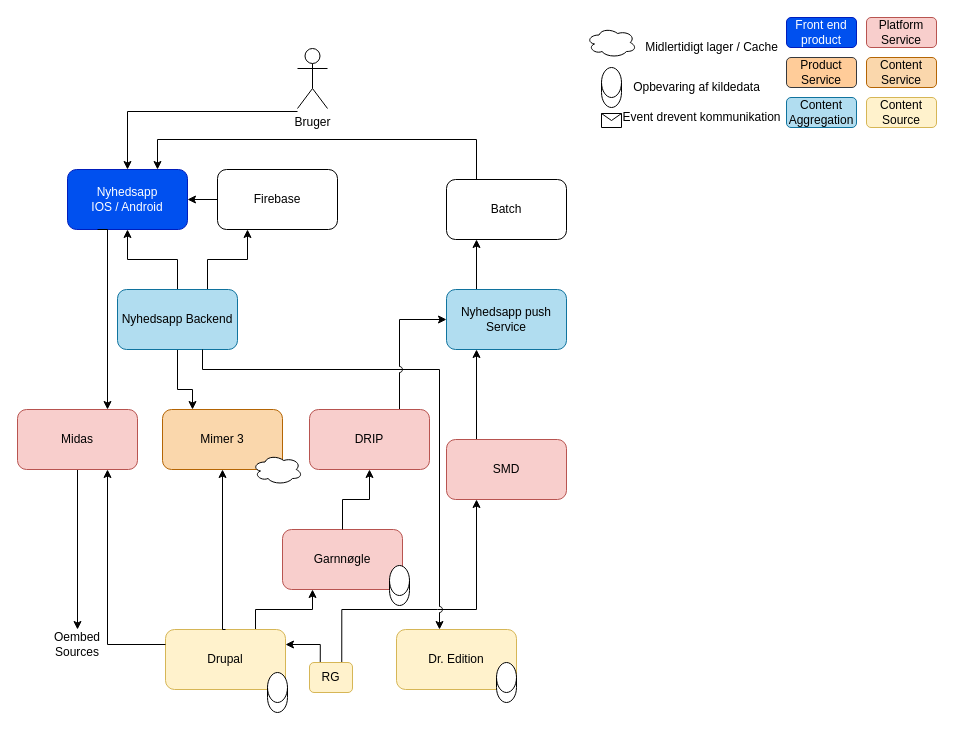
Before: page "Kun gammel kæde" (2 of 2) of draw-io/Mimer3-Nyhedsapp.drawio in drdkjtop/arkitektur, a draw.io diagram. Source tidied: cells renumbered, new cells numbered last; positions are measured from the earlier drawing's top-left corner, leaving out a move shared by most shapes. Both pictures are drawn from the tidied source at 100%, with x=0, y=0 at pixel (17, 17).
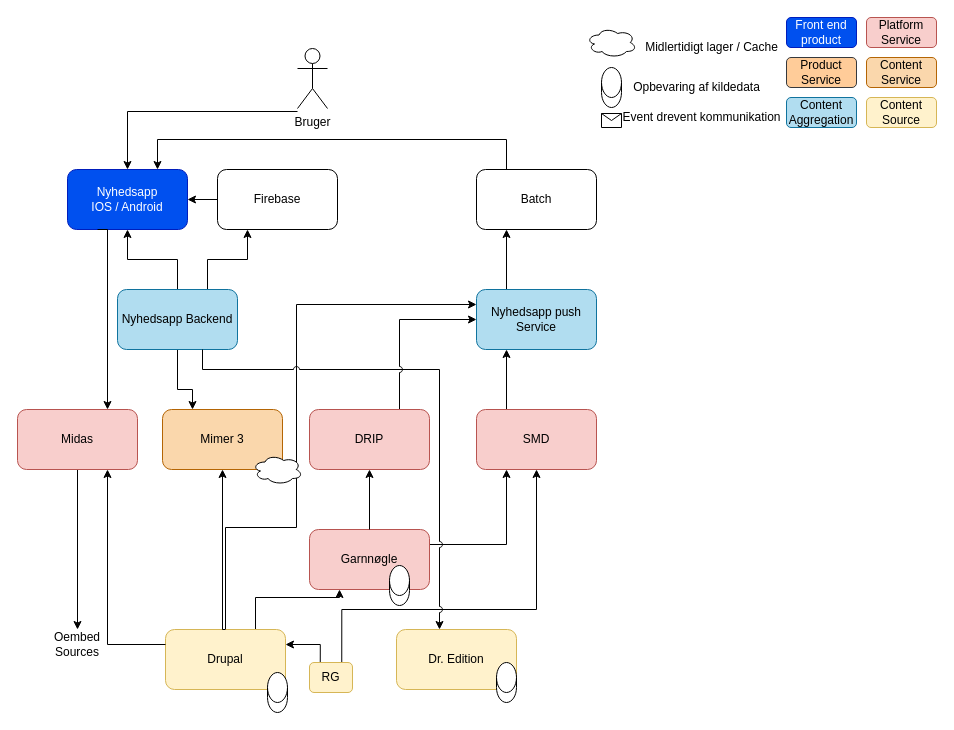
The same diagram, later.

Unchanged cells that the change refers to:
```xml
<mxCell id="3" value="Drupal" style="rounded=1;whiteSpace=wrap;html=1;fillColor=#fff2cc;strokeColor=#d6b656;fontColor=default;" parent="1" vertex="1">
  <mxGeometry x="148" y="612" width="120" height="60" as="geometry" />
</mxCell>
<mxCell id="15" value="Nyhedsapp&lt;br&gt;IOS / Android" style="rounded=1;whiteSpace=wrap;html=1;fillColor=#0050ef;strokeColor=#001DBC;fontColor=#ffffff;" parent="1" vertex="1">
  <mxGeometry x="50" y="152" width="120" height="60" as="geometry" />
</mxCell>
<mxCell id="25" value="RG" style="rounded=1;whiteSpace=wrap;html=1;fillColor=#fff2cc;strokeColor=#d6b656;" parent="1" vertex="1">
  <mxGeometry x="292" y="645" width="43" height="30" as="geometry" />
</mxCell>
```

Diff of the diagram source:
```diff
@@
     <mxCell id="2" style="edgeStyle=orthogonalEdgeStyle;rounded=0;jettySize=auto;html=1;exitX=0.75;exitY=0;exitDx=0;exitDy=0;entryX=0.25;entryY=1;entryDx=0;entryDy=0;" parent="1" edge="1" source="3" target="18">
-      <mxGeometry relative="1" as="geometry" />
+      <mxGeometry relative="1" as="geometry">
+        <Array as="points">
+          <mxPoint x="238" y="580" />
+          <mxPoint x="322" y="580" />
+        </Array>
+      </mxGeometry>
     </mxCell>
+    <mxCell id="51" style="edgeStyle=orthogonalEdgeStyle;rounded=0;jettySize=auto;html=1;exitX=0.5;exitY=0;exitDx=0;exitDy=0;entryX=0;entryY=0.25;entryDx=0;entryDy=0;" parent="1" edge="1" source="3" target="29">
+      <mxGeometry relative="1" as="geometry">
+        <Array as="points">
+          <mxPoint x="208" y="510" />
+          <mxPoint x="279" y="510" />
+          <mxPoint x="279" y="287" />
+        </Array>
+      </mxGeometry>
+    </mxCell>
@@
-    <mxCell id="8" style="edgeStyle=orthogonalEdgeStyle;rounded=0;jettySize=auto;html=1;exitX=0.75;exitY=0;exitDx=0;exitDy=0;entryX=0.25;entryY=1;entryDx=0;entryDy=0;" parent="1" edge="1" source="25" target="31">
+    <mxCell id="8" style="edgeStyle=orthogonalEdgeStyle;rounded=0;jettySize=auto;html=1;exitX=0.75;exitY=0;exitDx=0;exitDy=0;entryX=0.5;entryY=1;entryDx=0;entryDy=0;" parent="1" edge="1" source="25" target="31">
       <mxGeometry relative="1" as="geometry">
         <Array as="points">
-          <mxPoint x="420" y="592" />
-          <mxPoint x="528" y="592" />
+          <mxPoint x="324" y="592" />
+          <mxPoint x="519" y="592" />
         </Array>
       </mxGeometry>
     </mxCell>
@@
+    <mxCell id="52" style="edgeStyle=orthogonalEdgeStyle;rounded=0;jettySize=auto;html=1;exitX=1;exitY=0.25;exitDx=0;exitDy=0;entryX=0.25;entryY=1;entryDx=0;entryDy=0;" parent="1" edge="1" source="18" target="31">
+      <mxGeometry relative="1" as="geometry" />
+    </mxCell>
     <mxCell id="18" value="Garnnøgle" style="rounded=1;whiteSpace=wrap;html=1;fillColor=#f8cecc;strokeColor=#b85450;" parent="1" vertex="1">
-      <mxGeometry x="265" y="512" width="120" height="60" as="geometry" />
+      <mxGeometry x="292" y="512" width="120" height="60" as="geometry" />
     </mxCell>
@@
     <mxCell id="29" value="Nyhedsapp push Service" style="rounded=1;whiteSpace=wrap;html=1;fillColor=#b1ddf0;strokeColor=#10739e;" parent="1" vertex="1">
-      <mxGeometry x="429" y="272" width="120" height="60" as="geometry" />
+      <mxGeometry x="459" y="272" width="120" height="60" as="geometry" />
     </mxCell>
@@
     <mxCell id="31" value="SMD" style="rounded=1;whiteSpace=wrap;html=1;fillColor=#f8cecc;strokeColor=#b85450;" parent="1" vertex="1">
-      <mxGeometry x="429" y="422" width="120" height="60" as="geometry" />
+      <mxGeometry x="459" y="392" width="120" height="60" as="geometry" />
     </mxCell>
     <mxCell id="32" style="edgeStyle=orthogonalEdgeStyle;rounded=0;jumpStyle=arc;jettySize=auto;html=1;exitX=0.25;exitY=0;exitDx=0;exitDy=0;entryX=0.75;entryY=0;entryDx=0;entryDy=0;strokeColor=#000000;" parent="1" edge="1" source="33" target="15">
       <mxGeometry relative="1" as="geometry">
         <Array as="points">
-          <mxPoint x="459" y="122" />
+          <mxPoint x="489" y="122" />
           <mxPoint x="140" y="122" />
         </Array>
       </mxGeometry>
     </mxCell>
     <mxCell id="33" value="Batch" style="rounded=1;whiteSpace=wrap;html=1;" parent="1" vertex="1">
-      <mxGeometry x="429" y="162" width="120" height="60" as="geometry" />
+      <mxGeometry x="459" y="152" width="120" height="60" as="geometry" />
     </mxCell>
```
